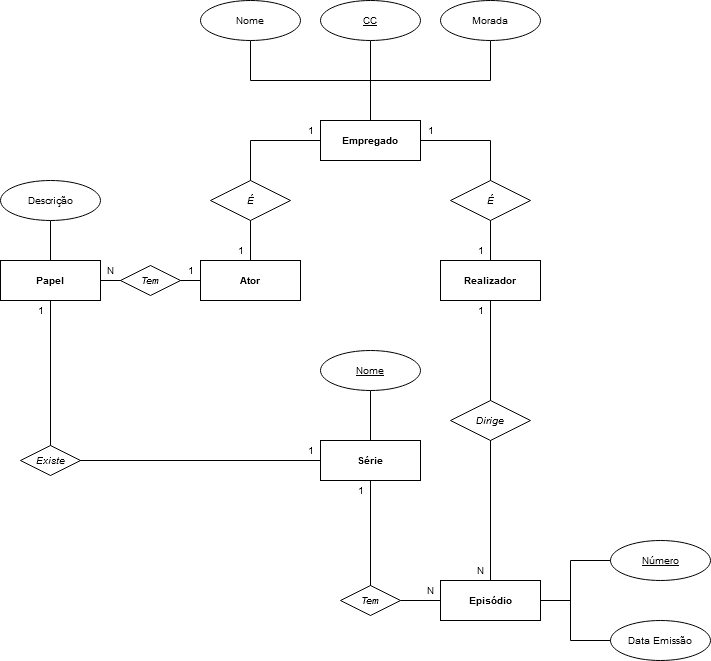
Earlier version of the draw.io export ER Caso 5.png (TiagoAzevedoUpSkill/er-casosEstudo). Source tidied: cells renumbered, new cells last; positions are measured from the earlier drawing's top-left corner, leaving out a move shared by most shapes. Its diagram source:
```xml
<mxGraphModel>
  <root>
    <mxCell id="0" />
    <mxCell id="1" parent="0" />
    <mxCell id="2" value="Ator" style="whiteSpace=wrap;html=1;align=center;fontSize=10;" parent="1" vertex="1">
      <mxGeometry x="200" y="260" width="100" height="40" as="geometry" />
    </mxCell>
    <mxCell id="3" value="Ator" style="whiteSpace=wrap;html=1;align=center;fontSize=10;" parent="1" vertex="1">
      <mxGeometry x="440" y="260" width="100" height="40" as="geometry" />
    </mxCell>
    <mxCell id="4" style="edgeStyle=orthogonalEdgeStyle;rounded=0;jettySize=auto;html=1;endArrow=none;endFill=0;entryX=0.5;entryY=0;entryDx=0;entryDy=0;fontSize=10;" parent="1" edge="1" source="6" target="3">
      <mxGeometry relative="1" as="geometry" />
    </mxCell>
    <mxCell id="5" style="edgeStyle=orthogonalEdgeStyle;rounded=0;jettySize=auto;html=1;endArrow=none;endFill=0;fontSize=10;" parent="1" edge="1" source="6" target="2">
      <mxGeometry relative="1" as="geometry" />
    </mxCell>
    <mxCell id="6" value="Empregado" style="whiteSpace=wrap;html=1;align=center;fontSize=10;fontStyle=1;" parent="1" vertex="1">
      <mxGeometry x="320" y="120" width="100" height="40" as="geometry" />
    </mxCell>
    <mxCell id="7" value="É" style="shape=rhombus;perimeter=rhombusPerimeter;whiteSpace=wrap;html=1;align=center;fontSize=10;fontStyle=2;" parent="1" vertex="1">
      <mxGeometry x="210" y="180" width="80" height="40" as="geometry" />
    </mxCell>
    <mxCell id="8" value="É" style="shape=rhombus;perimeter=rhombusPerimeter;whiteSpace=wrap;html=1;align=center;fontSize=10;fontStyle=2;" parent="1" vertex="1">
      <mxGeometry x="450" y="180" width="80" height="40" as="geometry" />
    </mxCell>
    <mxCell id="9" style="edgeStyle=orthogonalEdgeStyle;rounded=0;jettySize=auto;html=1;endArrow=none;endFill=0;fontSize=10;" parent="1" edge="1" source="10" target="24">
      <mxGeometry relative="1" as="geometry" />
    </mxCell>
    <mxCell id="10" value="Realizador" style="whiteSpace=wrap;html=1;align=center;fontSize=10;fontStyle=1;" parent="1" vertex="1">
      <mxGeometry x="440" y="260" width="100" height="40" as="geometry" />
    </mxCell>
    <mxCell id="11" value="Ator" style="whiteSpace=wrap;html=1;align=center;fontSize=10;fontStyle=1;" parent="1" vertex="1">
      <mxGeometry x="200" y="260" width="100" height="40" as="geometry" />
    </mxCell>
    <mxCell id="12" style="edgeStyle=orthogonalEdgeStyle;rounded=0;jettySize=auto;html=1;endArrow=none;endFill=0;fontSize=10;" parent="1" edge="1" source="13">
      <mxGeometry relative="1" as="geometry">
        <mxPoint x="250" y="80" as="targetPoint" />
      </mxGeometry>
    </mxCell>
    <mxCell id="13" value="Nome" style="ellipse;whiteSpace=wrap;html=1;align=center;fontSize=10;" parent="1" vertex="1">
      <mxGeometry x="200" width="100" height="40" as="geometry" />
    </mxCell>
    <mxCell id="14" style="edgeStyle=orthogonalEdgeStyle;rounded=0;jettySize=auto;html=1;entryX=0.5;entryY=0;entryDx=0;entryDy=0;endArrow=none;endFill=0;fontSize=10;" parent="1" edge="1" source="15" target="6">
      <mxGeometry relative="1" as="geometry" />
    </mxCell>
    <mxCell id="15" value="CC" style="ellipse;whiteSpace=wrap;html=1;align=center;fontSize=10;fontStyle=4;" parent="1" vertex="1">
      <mxGeometry x="320" width="100" height="40" as="geometry" />
    </mxCell>
    <mxCell id="16" style="edgeStyle=orthogonalEdgeStyle;rounded=0;jettySize=auto;html=1;endArrow=none;endFill=0;fontSize=10;" parent="1" edge="1" source="17">
      <mxGeometry relative="1" as="geometry">
        <mxPoint x="490" y="80" as="targetPoint" />
      </mxGeometry>
    </mxCell>
    <mxCell id="17" value="Morada" style="ellipse;whiteSpace=wrap;html=1;align=center;fontSize=10;" parent="1" vertex="1">
      <mxGeometry x="440" width="100" height="40" as="geometry" />
    </mxCell>
    <mxCell id="18" style="endArrow=none;html=1;rounded=0;fontSize=10;" parent="1" edge="1">
      <mxGeometry relative="1" as="geometry">
        <mxPoint x="250" y="80" as="sourcePoint" />
        <mxPoint x="490" y="80" as="targetPoint" />
      </mxGeometry>
    </mxCell>
    <mxCell id="19" style="edgeStyle=orthogonalEdgeStyle;rounded=0;jettySize=auto;html=1;endArrow=none;endFill=0;fontSize=10;" parent="1" edge="1" source="22">
      <mxGeometry relative="1" as="geometry">
        <mxPoint x="70" y="460" as="targetPoint" />
      </mxGeometry>
    </mxCell>
    <mxCell id="20" style="edgeStyle=orthogonalEdgeStyle;rounded=0;jettySize=auto;html=1;endArrow=none;endFill=0;fontSize=10;" parent="1" edge="1" source="22">
      <mxGeometry relative="1" as="geometry">
        <mxPoint x="370" y="600" as="targetPoint" />
      </mxGeometry>
    </mxCell>
    <mxCell id="21" style="edgeStyle=orthogonalEdgeStyle;rounded=0;jettySize=auto;html=1;entryX=0.5;entryY=1;entryDx=0;entryDy=0;endArrow=none;endFill=0;fontSize=10;" parent="1" edge="1" source="22" target="41">
      <mxGeometry relative="1" as="geometry" />
    </mxCell>
    <mxCell id="22" value="Série" style="whiteSpace=wrap;html=1;align=center;fontSize=10;fontStyle=1;" parent="1" vertex="1">
      <mxGeometry x="320" y="440" width="100" height="40" as="geometry" />
    </mxCell>
    <mxCell id="23" style="edgeStyle=orthogonalEdgeStyle;rounded=0;jettySize=auto;html=1;exitX=1;exitY=0.5;exitDx=0;exitDy=0;endArrow=none;endFill=0;fontSize=10;" parent="1" edge="1" source="24">
      <mxGeometry relative="1" as="geometry">
        <mxPoint x="570" y="600" as="targetPoint" />
      </mxGeometry>
    </mxCell>
    <mxCell id="24" value="Episódio" style="whiteSpace=wrap;html=1;align=center;fontSize=10;fontStyle=1;" parent="1" vertex="1">
      <mxGeometry x="440" y="580" width="100" height="40" as="geometry" />
    </mxCell>
    <mxCell id="25" style="edgeStyle=orthogonalEdgeStyle;rounded=0;jettySize=auto;html=1;endArrow=none;endFill=0;fontSize=10;" parent="1" edge="1" source="28">
      <mxGeometry relative="1" as="geometry">
        <mxPoint x="70" y="460" as="targetPoint" />
        <Array as="points">
          <mxPoint x="50" y="460" />
        </Array>
      </mxGeometry>
    </mxCell>
    <mxCell id="26" style="edgeStyle=orthogonalEdgeStyle;rounded=0;jettySize=auto;html=1;entryX=0;entryY=0.5;entryDx=0;entryDy=0;endArrow=none;endFill=0;fontSize=10;" parent="1" edge="1" source="29" target="11">
      <mxGeometry relative="1" as="geometry" />
    </mxCell>
    <mxCell id="27" style="edgeStyle=orthogonalEdgeStyle;rounded=0;jettySize=auto;html=1;endArrow=none;endFill=0;fontSize=10;" parent="1" edge="1" source="28">
      <mxGeometry relative="1" as="geometry">
        <mxPoint x="50" y="220" as="targetPoint" />
      </mxGeometry>
    </mxCell>
    <mxCell id="28" value="Papel" style="whiteSpace=wrap;html=1;align=center;fontSize=10;fontStyle=1;" parent="1" vertex="1">
      <mxGeometry y="260" width="100" height="40" as="geometry" />
    </mxCell>
    <mxCell id="29" value="Tem" style="shape=rhombus;perimeter=rhombusPerimeter;whiteSpace=wrap;html=1;align=center;fontSize=10;fontStyle=2;" parent="1" vertex="1">
      <mxGeometry x="120" y="265" width="60" height="30" as="geometry" />
    </mxCell>
    <mxCell id="30" style="edgeStyle=orthogonalEdgeStyle;rounded=0;jettySize=auto;html=1;entryX=0;entryY=0.5;entryDx=0;entryDy=0;endArrow=none;endFill=0;fontSize=10;" parent="1" edge="1" source="28" target="29">
      <mxGeometry relative="1" as="geometry" />
    </mxCell>
    <mxCell id="31" value="1" style="text;html=1;align=center;verticalAlign=middle;fontSize=10;" parent="1" vertex="1">
      <mxGeometry x="180" y="260" width="20" height="20" as="geometry" />
    </mxCell>
    <mxCell id="32" value="N" style="text;html=1;align=center;verticalAlign=middle;fontSize=10;" parent="1" vertex="1">
      <mxGeometry x="100" y="260" width="20" height="20" as="geometry" />
    </mxCell>
    <mxCell id="33" value="1" style="text;html=1;align=center;verticalAlign=middle;fontSize=10;" parent="1" vertex="1">
      <mxGeometry x="30" y="300" width="20" height="20" as="geometry" />
    </mxCell>
    <mxCell id="34" value="1" style="text;html=1;align=center;verticalAlign=middle;fontSize=10;" parent="1" vertex="1">
      <mxGeometry x="300" y="440" width="20" height="20" as="geometry" />
    </mxCell>
    <mxCell id="35" value="Existe" style="shape=rhombus;perimeter=rhombusPerimeter;whiteSpace=wrap;html=1;align=center;fontSize=10;fontStyle=2;" parent="1" vertex="1">
      <mxGeometry x="20" y="445" width="60" height="30" as="geometry" />
    </mxCell>
    <mxCell id="36" value="Tem" style="shape=rhombus;perimeter=rhombusPerimeter;whiteSpace=wrap;html=1;align=center;fontSize=10;fontStyle=2;" parent="1" vertex="1">
      <mxGeometry x="340" y="585" width="60" height="30" as="geometry" />
    </mxCell>
    <mxCell id="37" style="edgeStyle=orthogonalEdgeStyle;rounded=0;jettySize=auto;html=1;endArrow=none;endFill=0;fontSize=10;" parent="1" edge="1" source="24" target="36">
      <mxGeometry relative="1" as="geometry" />
    </mxCell>
    <mxCell id="38" style="edgeStyle=orthogonalEdgeStyle;rounded=0;jettySize=auto;html=1;endArrow=none;endFill=0;fontSize=10;" parent="1" edge="1" source="39">
      <mxGeometry relative="1" as="geometry">
        <mxPoint x="570" y="640" as="targetPoint" />
      </mxGeometry>
    </mxCell>
    <mxCell id="39" value="Número" style="ellipse;whiteSpace=wrap;html=1;align=center;fontSize=10;fontStyle=4;" parent="1" vertex="1">
      <mxGeometry x="610" y="540" width="100" height="40" as="geometry" />
    </mxCell>
    <mxCell id="40" value="1" style="text;html=1;align=center;verticalAlign=middle;fontSize=10;" parent="1" vertex="1">
      <mxGeometry x="350" y="480" width="20" height="20" as="geometry" />
    </mxCell>
    <mxCell id="41" value="Nome" style="ellipse;whiteSpace=wrap;html=1;align=center;fontSize=10;fontStyle=4;" parent="1" vertex="1">
      <mxGeometry x="320" y="350" width="100" height="40" as="geometry" />
    </mxCell>
    <mxCell id="42" value="Dirige" style="shape=rhombus;perimeter=rhombusPerimeter;whiteSpace=wrap;html=1;align=center;fontSize=10;fontStyle=2;" parent="1" vertex="1">
      <mxGeometry x="450" y="400" width="80" height="40" as="geometry" />
    </mxCell>
    <mxCell id="43" value="1" style="text;html=1;align=center;verticalAlign=middle;fontSize=10;" parent="1" vertex="1">
      <mxGeometry x="470" y="300" width="20" height="20" as="geometry" />
    </mxCell>
    <mxCell id="44" value="N" style="text;html=1;align=center;verticalAlign=middle;fontSize=10;" parent="1" vertex="1">
      <mxGeometry x="470" y="560" width="20" height="20" as="geometry" />
    </mxCell>
    <mxCell id="45" value="N" style="text;html=1;align=center;verticalAlign=middle;fontSize=10;" parent="1" vertex="1">
      <mxGeometry x="420" y="580" width="20" height="20" as="geometry" />
    </mxCell>
    <mxCell id="46" value="1" style="text;html=1;align=center;verticalAlign=middle;fontSize=10;" parent="1" vertex="1">
      <mxGeometry x="420" y="120" width="20" height="20" as="geometry" />
    </mxCell>
    <mxCell id="47" value="1" style="text;html=1;align=center;verticalAlign=middle;fontSize=10;" parent="1" vertex="1">
      <mxGeometry x="470" y="240" width="20" height="20" as="geometry" />
    </mxCell>
    <mxCell id="48" value="1" style="text;html=1;align=center;verticalAlign=middle;fontSize=10;" parent="1" vertex="1">
      <mxGeometry x="300" y="120" width="20" height="20" as="geometry" />
    </mxCell>
    <mxCell id="49" value="1" style="text;html=1;align=center;verticalAlign=middle;fontSize=10;" parent="1" vertex="1">
      <mxGeometry x="230" y="240" width="20" height="20" as="geometry" />
    </mxCell>
    <mxCell id="50" value="Descrição" style="ellipse;whiteSpace=wrap;html=1;align=center;fontSize=10;" parent="1" vertex="1">
      <mxGeometry y="180" width="100" height="40" as="geometry" />
    </mxCell>
    <mxCell id="51" style="edgeStyle=orthogonalEdgeStyle;rounded=0;jettySize=auto;html=1;endArrow=none;endFill=0;fontSize=10;" parent="1" edge="1" source="52">
      <mxGeometry relative="1" as="geometry">
        <mxPoint x="570" y="640" as="targetPoint" />
      </mxGeometry>
    </mxCell>
    <mxCell id="52" value="Data Emissão" style="ellipse;whiteSpace=wrap;html=1;align=center;fontSize=10;fontStyle=0;" parent="1" vertex="1">
      <mxGeometry x="610" y="620" width="100" height="40" as="geometry" />
    </mxCell>
  </root>
</mxGraphModel>
```
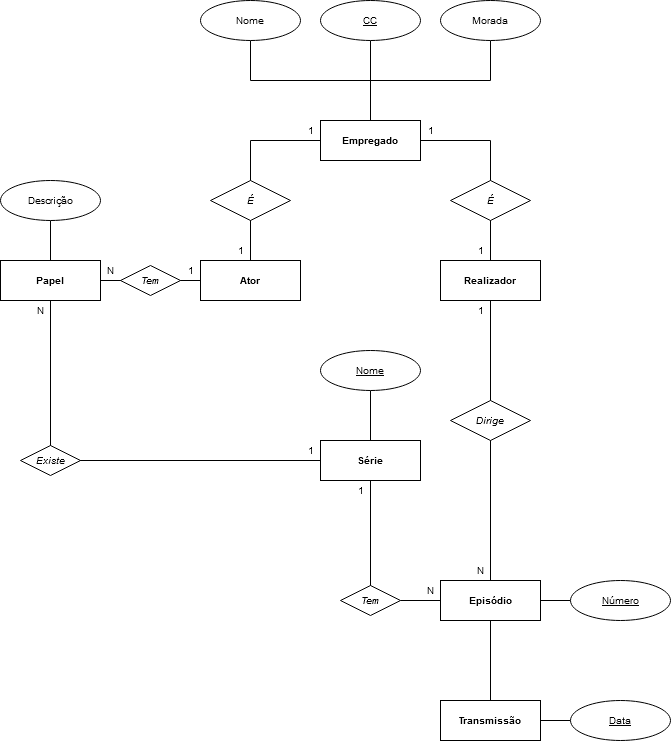
The same diagram one commit later.

The edit, as a diff of the source:
```diff
@@ -32,11 +32,11 @@
     <mxCell id="11" value="Ator" style="whiteSpace=wrap;html=1;align=center;fontSize=10;fontStyle=1;" parent="1" vertex="1">
       <mxGeometry x="200" y="260" width="100" height="40" as="geometry" />
     </mxCell>
-    <mxCell id="12" style="edgeStyle=orthogonalEdgeStyle;rounded=0;jettySize=auto;html=1;endArrow=none;endFill=0;fontSize=10;" parent="1" edge="1" source="13">
-      <mxGeometry relative="1" as="geometry">
-        <mxPoint x="250" y="80" as="targetPoint" />
-      </mxGeometry>
-    </mxCell>
+    <mxCell id="53" style="edgeStyle=orthogonalEdgeStyle;rounded=0;jettySize=auto;html=1;endArrow=none;endFill=0;fontSize=10;" parent="1" edge="1" source="13">
+      <mxGeometry relative="1" as="geometry">
+        <mxPoint x="250" y="80" as="targetPoint" />
+      </mxGeometry>
+    </mxCell>
     <mxCell id="13" value="Nome" style="ellipse;whiteSpace=wrap;html=1;align=center;fontSize=10;" parent="1" vertex="1">
       <mxGeometry x="200" width="100" height="40" as="geometry" />
     </mxCell>
@@ -46,60 +46,65 @@
     <mxCell id="15" value="CC" style="ellipse;whiteSpace=wrap;html=1;align=center;fontSize=10;fontStyle=4;" parent="1" vertex="1">
       <mxGeometry x="320" width="100" height="40" as="geometry" />
     </mxCell>
-    <mxCell id="16" style="edgeStyle=orthogonalEdgeStyle;rounded=0;jettySize=auto;html=1;endArrow=none;endFill=0;fontSize=10;" parent="1" edge="1" source="17">
-      <mxGeometry relative="1" as="geometry">
-        <mxPoint x="490" y="80" as="targetPoint" />
-      </mxGeometry>
-    </mxCell>
+    <mxCell id="54" style="edgeStyle=orthogonalEdgeStyle;rounded=0;jettySize=auto;html=1;endArrow=none;endFill=0;fontSize=10;" parent="1" edge="1" source="17">
+      <mxGeometry relative="1" as="geometry">
+        <mxPoint x="490" y="80" as="targetPoint" />
+      </mxGeometry>
+    </mxCell>
     <mxCell id="17" value="Morada" style="ellipse;whiteSpace=wrap;html=1;align=center;fontSize=10;" parent="1" vertex="1">
       <mxGeometry x="440" width="100" height="40" as="geometry" />
     </mxCell>
-    <mxCell id="18" style="endArrow=none;html=1;rounded=0;fontSize=10;" parent="1" edge="1">
-      <mxGeometry relative="1" as="geometry">
-        <mxPoint x="250" y="80" as="sourcePoint" />
-        <mxPoint x="490" y="80" as="targetPoint" />
-      </mxGeometry>
-    </mxCell>
-    <mxCell id="19" style="edgeStyle=orthogonalEdgeStyle;rounded=0;jettySize=auto;html=1;endArrow=none;endFill=0;fontSize=10;" parent="1" edge="1" source="22">
-      <mxGeometry relative="1" as="geometry">
-        <mxPoint x="70" y="460" as="targetPoint" />
-      </mxGeometry>
-    </mxCell>
-    <mxCell id="20" style="edgeStyle=orthogonalEdgeStyle;rounded=0;jettySize=auto;html=1;endArrow=none;endFill=0;fontSize=10;" parent="1" edge="1" source="22">
-      <mxGeometry relative="1" as="geometry">
-        <mxPoint x="370" y="600" as="targetPoint" />
-      </mxGeometry>
-    </mxCell>
+    <mxCell id="55" style="endArrow=none;html=1;rounded=0;fontSize=10;" parent="1" edge="1">
+      <mxGeometry relative="1" as="geometry">
+        <mxPoint x="250" y="80" as="sourcePoint" />
+        <mxPoint x="490" y="80" as="targetPoint" />
+      </mxGeometry>
+    </mxCell>
+    <mxCell id="56" style="edgeStyle=orthogonalEdgeStyle;rounded=0;jettySize=auto;html=1;endArrow=none;endFill=0;fontSize=10;" parent="1" edge="1" source="22">
+      <mxGeometry relative="1" as="geometry">
+        <mxPoint x="70" y="460" as="targetPoint" />
+      </mxGeometry>
+    </mxCell>
+    <mxCell id="57" style="edgeStyle=orthogonalEdgeStyle;rounded=0;jettySize=auto;html=1;endArrow=none;endFill=0;fontSize=10;" parent="1" edge="1" source="22">
+      <mxGeometry relative="1" as="geometry">
+        <mxPoint x="370" y="600" as="targetPoint" />
+      </mxGeometry>
+    </mxCell>
     <mxCell id="21" style="edgeStyle=orthogonalEdgeStyle;rounded=0;jettySize=auto;html=1;entryX=0.5;entryY=1;entryDx=0;entryDy=0;endArrow=none;endFill=0;fontSize=10;" parent="1" edge="1" source="22" target="41">
       <mxGeometry relative="1" as="geometry" />
     </mxCell>
     <mxCell id="22" value="Série" style="whiteSpace=wrap;html=1;align=center;fontSize=10;fontStyle=1;" parent="1" vertex="1">
       <mxGeometry x="320" y="440" width="100" height="40" as="geometry" />
     </mxCell>
-    <mxCell id="23" style="edgeStyle=orthogonalEdgeStyle;rounded=0;jettySize=auto;html=1;exitX=1;exitY=0.5;exitDx=0;exitDy=0;endArrow=none;endFill=0;fontSize=10;" parent="1" edge="1" source="24">
-      <mxGeometry relative="1" as="geometry">
-        <mxPoint x="570" y="600" as="targetPoint" />
-      </mxGeometry>
-    </mxCell>
+    <mxCell id="58" style="edgeStyle=orthogonalEdgeStyle;rounded=0;jettySize=auto;html=1;exitX=1;exitY=0.5;exitDx=0;exitDy=0;endArrow=none;endFill=0;fontSize=10;" parent="1" edge="1" source="24">
+      <mxGeometry relative="1" as="geometry">
+        <mxPoint x="570" y="600" as="targetPoint" />
+      </mxGeometry>
+    </mxCell>
+    <mxCell id="59" style="edgeStyle=orthogonalEdgeStyle;rounded=0;jettySize=auto;html=1;endArrow=none;endFill=0;" parent="1" edge="1" source="24">
+      <mxGeometry relative="1" as="geometry">
+        <mxPoint x="490" y="700" as="targetPoint" />
+      </mxGeometry>
+    </mxCell>
     <mxCell id="24" value="Episódio" style="whiteSpace=wrap;html=1;align=center;fontSize=10;fontStyle=1;" parent="1" vertex="1">
       <mxGeometry x="440" y="580" width="100" height="40" as="geometry" />
     </mxCell>
-    <mxCell id="25" style="edgeStyle=orthogonalEdgeStyle;rounded=0;jettySize=auto;html=1;endArrow=none;endFill=0;fontSize=10;" parent="1" edge="1" source="28">
-      <mxGeometry relative="1" as="geometry">
-        <mxPoint x="70" y="460" as="targetPoint" />
-        <Array as="points">
-          <mxPoint x="50" y="460" />
-        </Array>
-      </mxGeometry>
-    </mxCell>
+    <mxCell id="60" style="edgeStyle=orthogonalEdgeStyle;rounded=0;jettySize=auto;html=1;endArrow=none;endFill=0;fontSize=10;" parent="1" edge="1" source="28">
+      <mxGeometry relative="1" as="geometry">
+        <mxPoint x="70" y="460" as="targetPoint" />
+        <Array as="points">
+          <mxPoint x="50" y="460" />
+        </Array>
+      </mxGeometry>
+    </mxCell>
     <mxCell id="26" style="edgeStyle=orthogonalEdgeStyle;rounded=0;jettySize=auto;html=1;entryX=0;entryY=0.5;entryDx=0;entryDy=0;endArrow=none;endFill=0;fontSize=10;" parent="1" edge="1" source="29" target="11">
       <mxGeometry relative="1" as="geometry" />
     </mxCell>
-    <mxCell id="27" style="edgeStyle=orthogonalEdgeStyle;rounded=0;jettySize=auto;html=1;endArrow=none;endFill=0;fontSize=10;" parent="1" edge="1" source="28">
-      <mxGeometry relative="1" as="geometry">
-        <mxPoint x="50" y="220" as="targetPoint" />
-      </mxGeometry>
-    </mxCell>
+    <mxCell id="61" style="edgeStyle=orthogonalEdgeStyle;rounded=0;jettySize=auto;html=1;endArrow=none;endFill=0;fontSize=10;" parent="1" edge="1" source="28">
+      <mxGeometry relative="1" as="geometry">
+        <mxPoint x="50" y="220" as="targetPoint" />
+      </mxGeometry>
+    </mxCell>
     <mxCell id="28" value="Papel" style="whiteSpace=wrap;html=1;align=center;fontSize=10;fontStyle=1;" parent="1" vertex="1">
       <mxGeometry y="260" width="100" height="40" as="geometry" />
     </mxCell>
@@ -115,9 +120,9 @@
     <mxCell id="32" value="N" style="text;html=1;align=center;verticalAlign=middle;fontSize=10;" parent="1" vertex="1">
       <mxGeometry x="100" y="260" width="20" height="20" as="geometry" />
     </mxCell>
-    <mxCell id="33" value="1" style="text;html=1;align=center;verticalAlign=middle;fontSize=10;" parent="1" vertex="1">
-      <mxGeometry x="30" y="300" width="20" height="20" as="geometry" />
-    </mxCell>
+    <mxCell id="62" value="N" style="text;html=1;align=center;verticalAlign=middle;fontSize=10;" parent="1" vertex="1">
+      <mxGeometry x="30" y="300" width="20" height="20" as="geometry" />
+    </mxCell>
     <mxCell id="34" value="1" style="text;html=1;align=center;verticalAlign=middle;fontSize=10;" parent="1" vertex="1">
       <mxGeometry x="300" y="440" width="20" height="20" as="geometry" />
     </mxCell>
@@ -130,13 +135,8 @@
     <mxCell id="37" style="edgeStyle=orthogonalEdgeStyle;rounded=0;jettySize=auto;html=1;endArrow=none;endFill=0;fontSize=10;" parent="1" edge="1" source="24" target="36">
       <mxGeometry relative="1" as="geometry" />
     </mxCell>
-    <mxCell id="38" style="edgeStyle=orthogonalEdgeStyle;rounded=0;jettySize=auto;html=1;endArrow=none;endFill=0;fontSize=10;" parent="1" edge="1" source="39">
-      <mxGeometry relative="1" as="geometry">
-        <mxPoint x="570" y="640" as="targetPoint" />
-      </mxGeometry>
-    </mxCell>
     <mxCell id="39" value="Número" style="ellipse;whiteSpace=wrap;html=1;align=center;fontSize=10;fontStyle=4;" parent="1" vertex="1">
-      <mxGeometry x="610" y="540" width="100" height="40" as="geometry" />
+      <mxGeometry x="570" y="580" width="100" height="40" as="geometry" />
     </mxCell>
     <mxCell id="40" value="1" style="text;html=1;align=center;verticalAlign=middle;fontSize=10;" parent="1" vertex="1">
       <mxGeometry x="350" y="480" width="20" height="20" as="geometry" />
@@ -171,13 +171,14 @@
     <mxCell id="50" value="Descrição" style="ellipse;whiteSpace=wrap;html=1;align=center;fontSize=10;" parent="1" vertex="1">
       <mxGeometry y="180" width="100" height="40" as="geometry" />
     </mxCell>
-    <mxCell id="51" style="edgeStyle=orthogonalEdgeStyle;rounded=0;jettySize=auto;html=1;endArrow=none;endFill=0;fontSize=10;" parent="1" edge="1" source="52">
-      <mxGeometry relative="1" as="geometry">
-        <mxPoint x="570" y="640" as="targetPoint" />
-      </mxGeometry>
-    </mxCell>
-    <mxCell id="52" value="Data Emissão" style="ellipse;whiteSpace=wrap;html=1;align=center;fontSize=10;fontStyle=0;" parent="1" vertex="1">
-      <mxGeometry x="610" y="620" width="100" height="40" as="geometry" />
-    </mxCell>
+    <mxCell id="63" value="Transmissão" style="whiteSpace=wrap;html=1;align=center;fontSize=10;fontStyle=1;" parent="1" vertex="1">
+      <mxGeometry x="440" y="700" width="100" height="40" as="geometry" />
+    </mxCell>
+    <mxCell id="64" style="edgeStyle=orthogonalEdgeStyle;rounded=0;jettySize=auto;html=1;entryX=1;entryY=0.5;entryDx=0;entryDy=0;endArrow=none;endFill=0;" parent="1" edge="1" source="65" target="63">
+      <mxGeometry relative="1" as="geometry" />
+    </mxCell>
+    <mxCell id="65" value="Data" style="ellipse;whiteSpace=wrap;html=1;align=center;fontSize=10;fontStyle=4;" parent="1" vertex="1">
+      <mxGeometry x="570" y="700" width="100" height="40" as="geometry" />
+    </mxCell>
   </root>
 </mxGraphModel>
```
